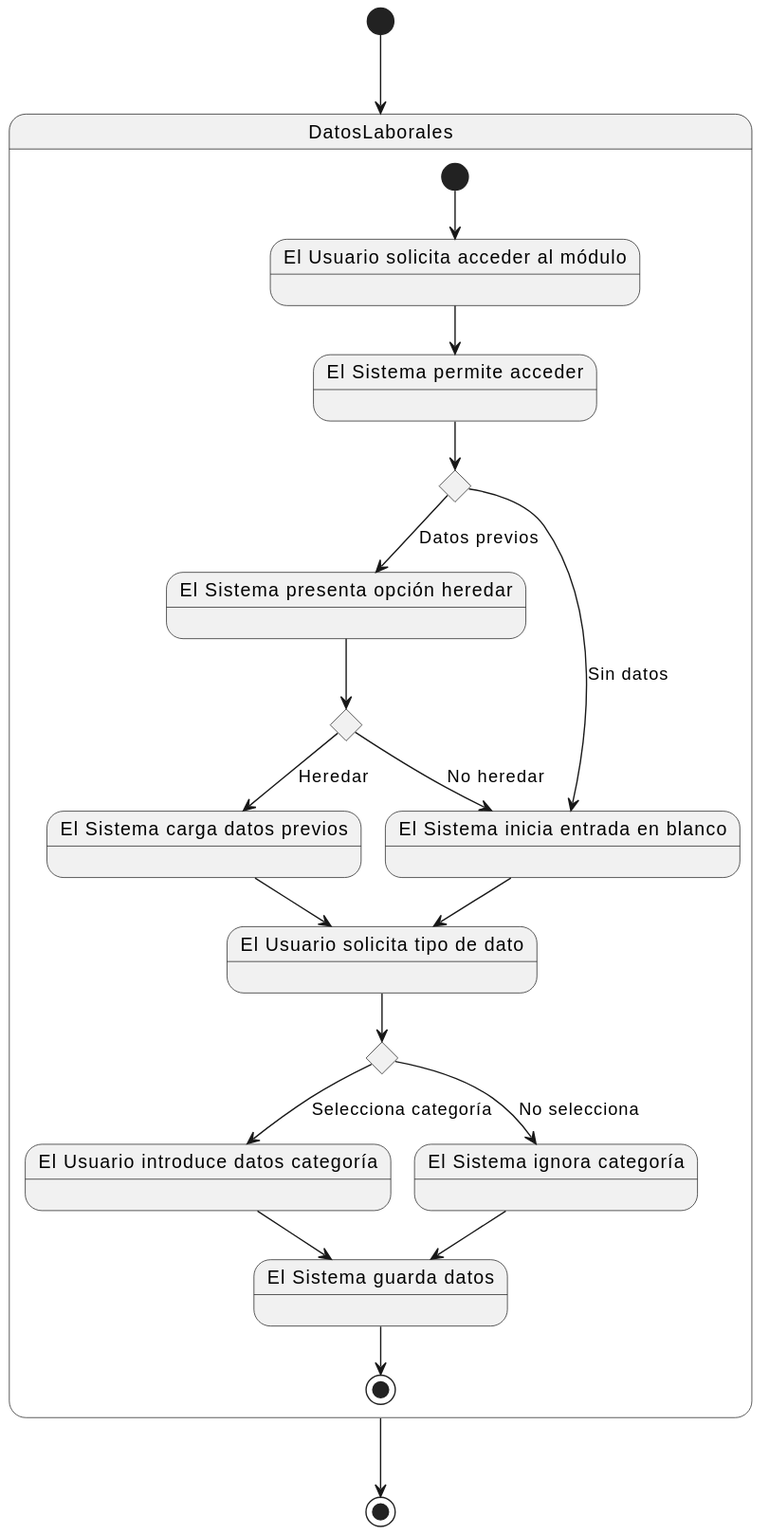
mmasias/24-25-IdSw1-SDR keeps this PlantUML diagram as images/modelosUML/CdU/DetallarCasosDeUso/RRHH/IntroducirDatosLaborales.svg. Above is the earlier version.
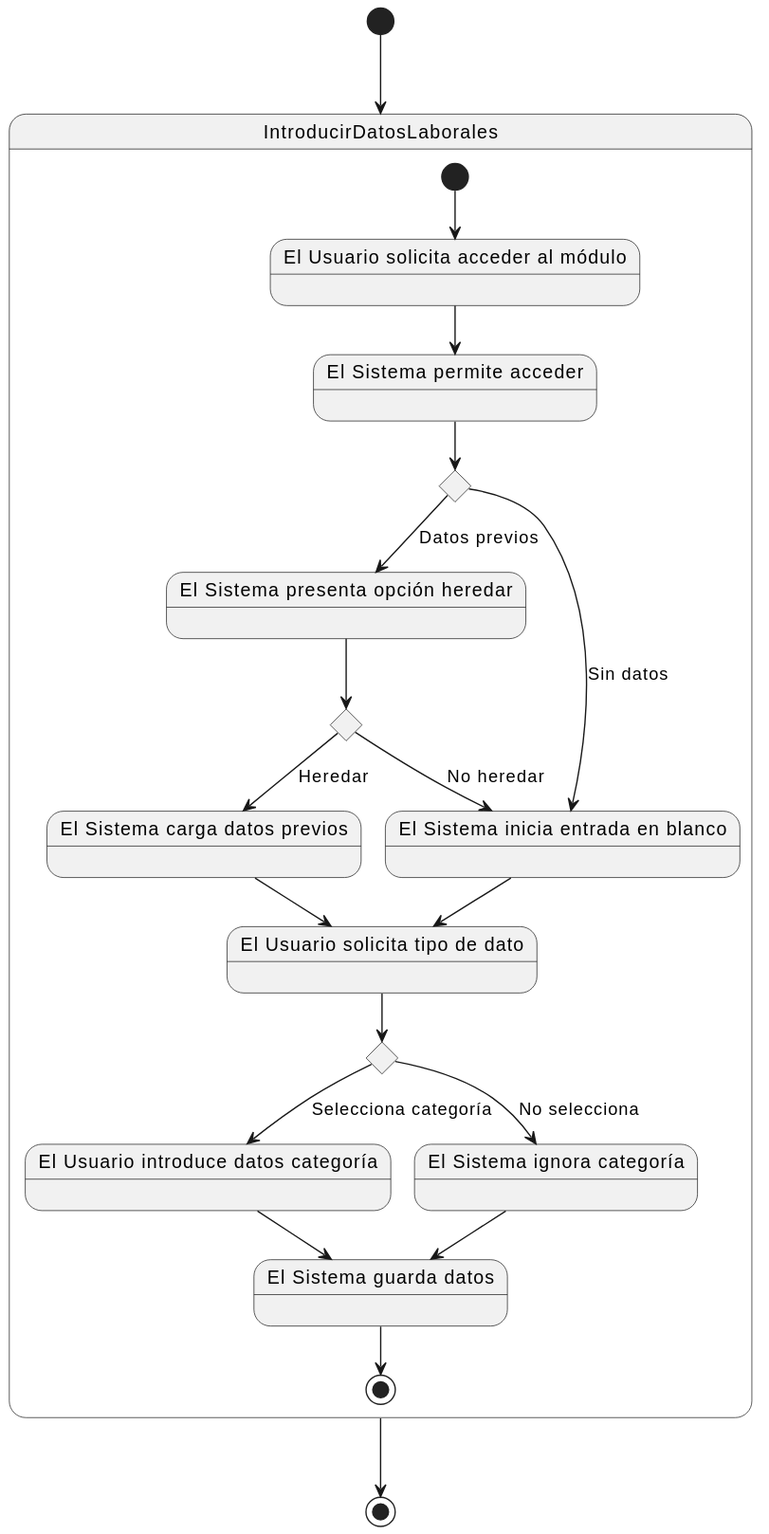
Above is the later version.

Diff of the diagram source:
```diff
@@ -1,7 +1,7 @@
 @startuml
-[*] --> DatosLaborales
+[*] --> IntroducirDatosLaborales
 
-    state DatosLaborales {
+    state IntroducirDatosLaborales {
         [*] --> Estado1
 
         state "El Usuario solicita acceder al módulo" as Estado1
@@ -48,5 +48,5 @@
         Estado9 --> [*]
     }
 
-    DatosLaborales --> [*]
+    IntroducirDatosLaborales --> [*]
 @enduml
```
